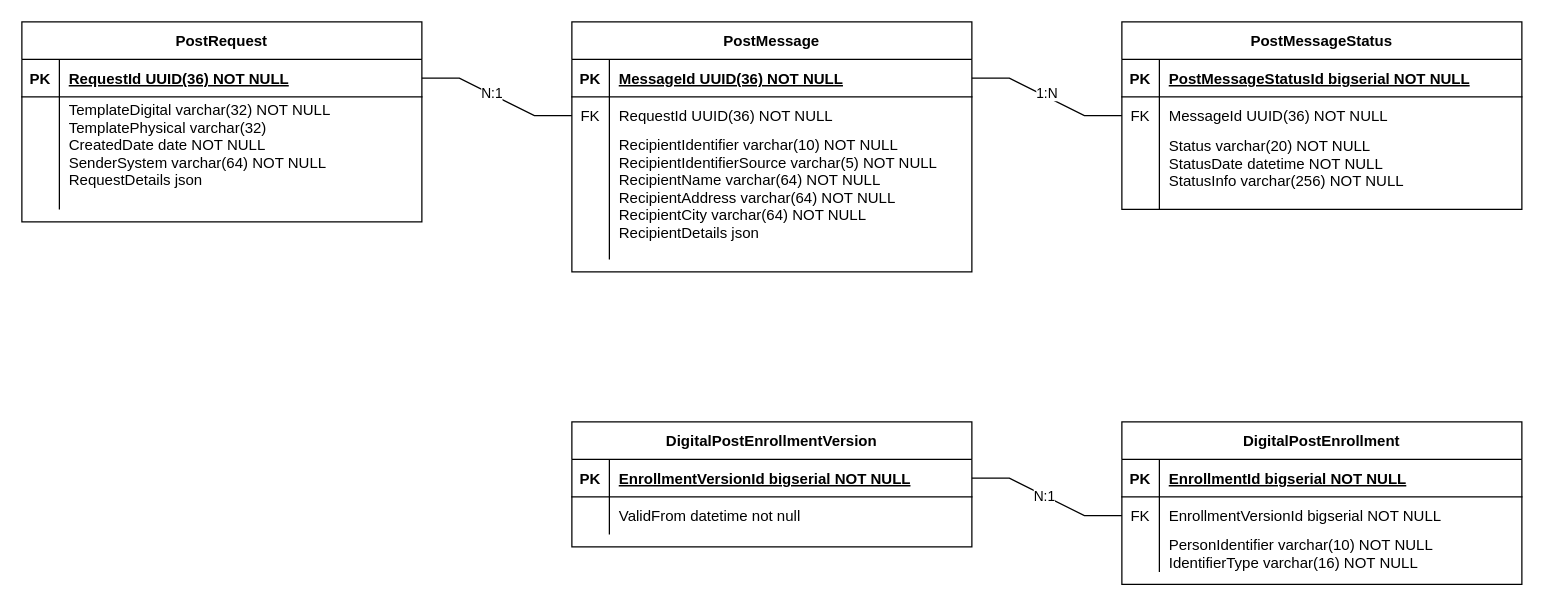
Earlier version of the draw.io diagram assets/dpk_db.drawio (trifork/dpk-docs). Source tidied: cells renumbered, new cells numbered last; positions are measured from the earlier drawing's top-left corner, leaving out a move shared by most shapes. Both pictures are drawn from the tidied source at 125%, with x=0, y=0 at pixel (21, 21).
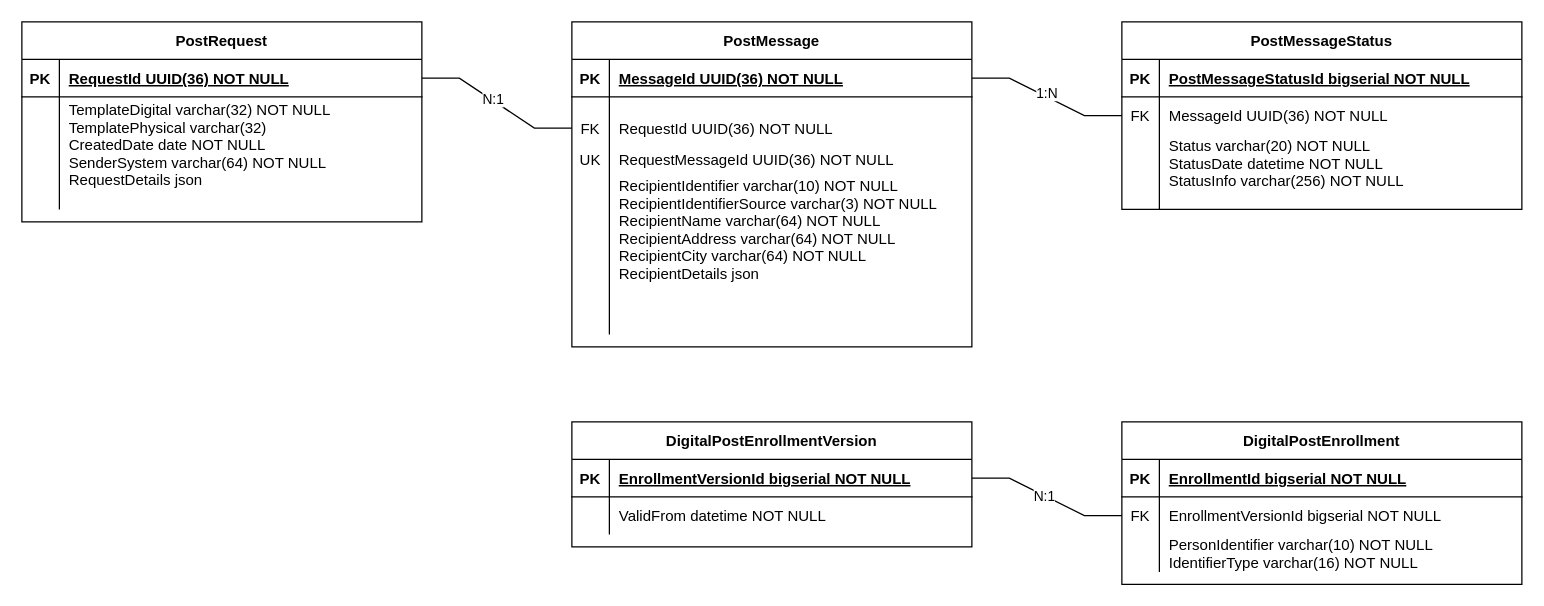
The same page after the edit.

Unchanged cells that the change refers to:
```xml
<mxCell id="16" style="shape=partialRectangle;fillColor=none;top=0;left=0;right=0;bottom=0;" parent="12" vertex="1">
  <mxGeometry y="60" width="320" height="30" as="geometry" />
</mxCell>
```

What changed in the source:
```diff
@@
-    <mxCell id="18" value="ValidFrom datetime not null" style="shape=partialRectangle;overflow=hidden;fillColor=none;top=0;left=0;bottom=0;right=0;align=left;spacingLeft=6;" parent="16" vertex="1">
+    <mxCell id="18" value="ValidFrom datetime NOT NULL" style="shape=partialRectangle;overflow=hidden;fillColor=none;top=0;left=0;bottom=0;right=0;align=left;spacingLeft=6;" parent="16" vertex="1">
       <mxGeometry x="30" width="290" height="30" as="geometry" />
     </mxCell>
@@
     <mxCell id="36" value="PostMessage" style="shape=table;startSize=30;childLayout=tableLayout;rowLines=0;fontStyle=1;align=center;" parent="1" vertex="1">
-      <mxGeometry x="440" width="320" height="200" as="geometry" />
+      <mxGeometry x="440" width="320" height="260" as="geometry" />
     </mxCell>
@@
     <mxCell id="40" style="shape=partialRectangle;fillColor=none;points=[[0,0.5],[1,0.5]];portConstraint=eastwest;top=0;left=0;right=0;bottom=0;" parent="36" vertex="1">
-      <mxGeometry y="60" width="320" height="30" as="geometry" />
+      <mxGeometry y="60" width="320" height="50" as="geometry" />
     </mxCell>
     <mxCell id="41" value="FK" style="shape=partialRectangle;overflow=hidden;fillColor=none;top=0;left=0;bottom=0;right=0;" parent="40" vertex="1">
-      <mxGeometry width="30" height="30" as="geometry" />
+      <mxGeometry width="30" height="50" as="geometry" />
     </mxCell>
     <mxCell id="42" value="RequestId UUID(36) NOT NULL" style="shape=partialRectangle;overflow=hidden;fillColor=none;top=0;left=0;bottom=0;right=0;align=left;spacingLeft=6;" parent="40" vertex="1">
-      <mxGeometry x="30" width="290" height="30" as="geometry" />
+      <mxGeometry x="30" width="290" height="50" as="geometry" />
     </mxCell>
     <mxCell id="43" style="shape=partialRectangle;fillColor=none;top=0;left=0;right=0;bottom=0;" parent="36" vertex="1">
-      <mxGeometry y="90" width="320" height="100" as="geometry" />
+      <mxGeometry y="110" width="320" height="140" as="geometry" />
     </mxCell>
     <mxCell id="44" style="shape=partialRectangle;overflow=hidden;fillColor=none;top=0;left=0;bottom=0;right=0;" parent="43" vertex="1">
-      <mxGeometry width="30" height="100" as="geometry" />
+      <mxGeometry width="30" height="140" as="geometry" />
     </mxCell>
-    <mxCell id="45" value="RecipientIdentifier varchar(10) NOT NULL&#10;RecipientIdentifierSource varchar(5) NOT NULL&#10;RecipientName varchar(64) NOT NULL&#10;RecipientAddress varchar(64) NOT NULL&#10;RecipientCity varchar(64) NOT NULL&#10;RecipientDetails json&#10;&#10;" style="shape=partialRectangle;overflow=hidden;fillColor=none;top=0;left=0;bottom=0;right=0;align=left;spacingLeft=6;" parent="43" vertex="1">
-      <mxGeometry x="30" width="290" height="100" as="geometry" />
+    <mxCell id="45" value="RecipientIdentifier varchar(10) NOT NULL&#10;RecipientIdentifierSource varchar(3) NOT NULL&#10;RecipientName varchar(64) NOT NULL&#10;RecipientAddress varchar(64) NOT NULL&#10;RecipientCity varchar(64) NOT NULL&#10;RecipientDetails json&#10;&#10;" style="shape=partialRectangle;overflow=hidden;fillColor=none;top=0;left=0;bottom=0;right=0;align=left;spacingLeft=6;" parent="43" vertex="1">
+      <mxGeometry x="30" width="290" height="140" as="geometry" />
     </mxCell>
@@
+    <mxCell id="52" value="RequestMessageId UUID(36) NOT NULL" style="shape=partialRectangle;overflow=hidden;fillColor=none;top=0;left=0;bottom=0;right=0;align=left;spacingLeft=6;" parent="1" vertex="1">
+      <mxGeometry x="470" y="90" width="290" height="40" as="geometry" />
+    </mxCell>
+    <mxCell id="53" value="UK" style="shape=partialRectangle;overflow=hidden;fillColor=none;top=0;left=0;bottom=0;right=0;" parent="1" vertex="1">
+      <mxGeometry x="440" y="85" width="30" height="50" as="geometry" />
+    </mxCell>
```
